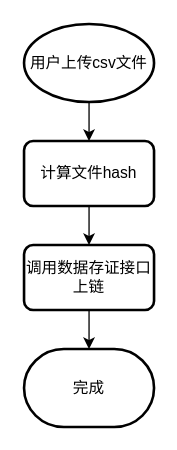
This is 铁塔-数据确权流程图.drawio from ForLina/sxc_contract, a draw.io file, before an edit. Source tidied: cells renumbered, new cells numbered last; positions are measured from the earlier drawing's top-left corner, leaving out a move shared by most shapes. Both pictures are drawn from the tidied source at 130%, with x=0, y=0 at pixel (23, 23).
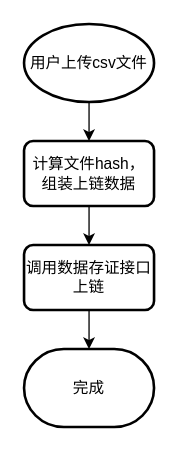
After the change.

Commit message (it also covers changes not shown here):
更新铁塔-数据确权流程图.drawio

What changed in the source:
```diff
@@
 <mxGraphModel>
   <root>
     <mxCell id="0" />
     <mxCell id="1" parent="0" />
     <mxCell id="2" style="edgeStyle=orthogonalEdgeStyle;rounded=0;jettySize=auto;html=1;exitX=0.5;exitY=1;exitDx=0;exitDy=0;exitPerimeter=0;" parent="1" edge="1" source="3" target="5">
       <mxGeometry relative="1" as="geometry" />
     </mxCell>
     <mxCell id="3" value="用户上传csv文件" style="strokeWidth=2;html=1;shape=mxgraph.flowchart.start_1;whiteSpace=wrap;" parent="1" vertex="1">
       <mxGeometry width="100" height="60" as="geometry" />
     </mxCell>
     <mxCell id="4" style="edgeStyle=orthogonalEdgeStyle;rounded=0;jettySize=auto;html=1;exitX=0.5;exitY=1;exitDx=0;exitDy=0;" parent="1" edge="1" source="5" target="7">
       <mxGeometry relative="1" as="geometry" />
     </mxCell>
-    <mxCell id="5" value="计算文件hash" style="rounded=1;whiteSpace=wrap;html=1;absoluteArcSize=1;arcSize=14;strokeWidth=2;" parent="1" vertex="1">
+    <mxCell id="5" value="计算文件hash，组装上链数据" style="rounded=1;whiteSpace=wrap;html=1;absoluteArcSize=1;arcSize=14;strokeWidth=2;" parent="1" vertex="1">
       <mxGeometry y="90" width="100" height="50" as="geometry" />
     </mxCell>
     <mxCell id="6" style="edgeStyle=orthogonalEdgeStyle;rounded=0;jettySize=auto;html=1;exitX=0.5;exitY=1;exitDx=0;exitDy=0;" parent="1" edge="1" source="7" target="8">
       <mxGeometry relative="1" as="geometry" />
     </mxCell>
     <mxCell id="7" value="调用数据存证接口上链" style="rounded=1;whiteSpace=wrap;html=1;absoluteArcSize=1;arcSize=14;strokeWidth=2;" parent="1" vertex="1">
       <mxGeometry y="170" width="100" height="50" as="geometry" />
     </mxCell>
     <mxCell id="8" value="完成" style="strokeWidth=2;html=1;shape=mxgraph.flowchart.terminator;whiteSpace=wrap;" parent="1" vertex="1">
       <mxGeometry y="250" width="100" height="60" as="geometry" />
     </mxCell>
   </root>
 </mxGraphModel>
```
